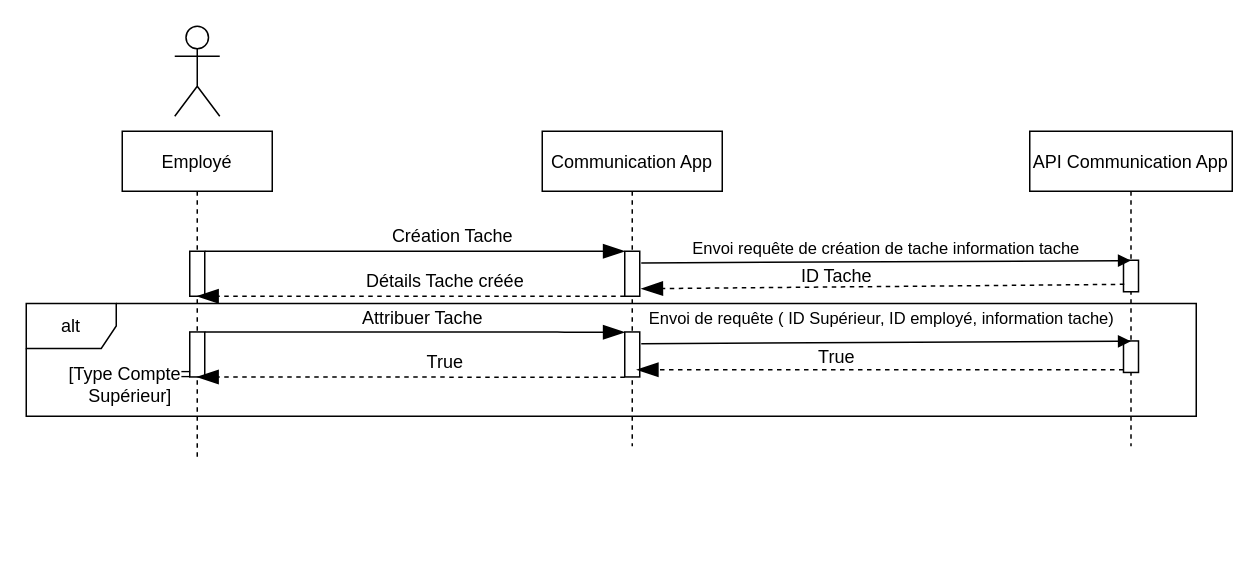
Before: page "Gestion des taches" (3 of 4) of Diagramme sans nom.drawio in LewisYann/App-Asterisk, a draw.io diagram. Source tidied: cells renumbered, new cells numbered last; positions are measured from the earlier drawing's top-left corner, leaving out a move shared by most shapes. Both pictures are drawn from the tidied source at 150%, with x=0, y=0 at pixel (26, 26).
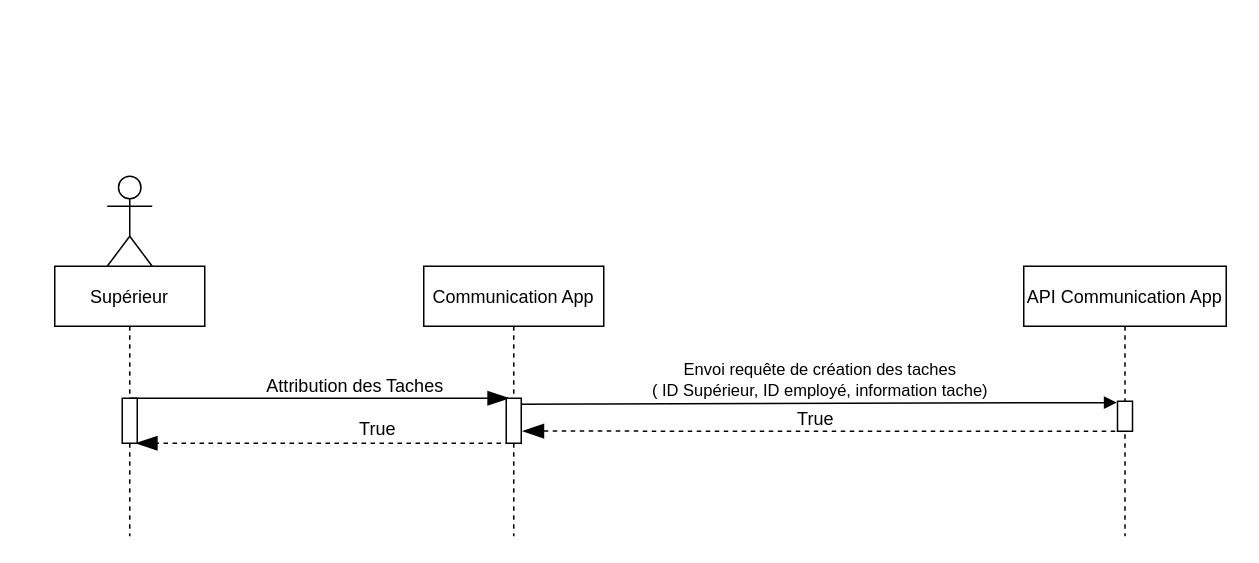
After the change.

Change to the diagram source:
```diff
@@
     <mxCell id="2" value="API Communication App" style="shape=umlLifeline;perimeter=lifelinePerimeter;rounded=0;shadow=0;strokeWidth=1;" parent="1" vertex="1">
-      <mxGeometry x="669" y="70" width="135" height="210" as="geometry" />
+      <mxGeometry x="665" y="160" width="135" height="180" as="geometry" />
     </mxCell>
     <mxCell id="3" value="Communication App" style="shape=umlLifeline;perimeter=lifelinePerimeter;rounded=0;shadow=0;strokeWidth=1;" parent="1" vertex="1">
-      <mxGeometry x="344" y="70" width="120" height="210" as="geometry" />
+      <mxGeometry x="265" y="160" width="120" height="180" as="geometry" />
     </mxCell>
-    <mxCell id="4" value="Employé" style="shape=umlLifeline;perimeter=lifelinePerimeter;rounded=0;shadow=0;strokeWidth=1;" parent="1" vertex="1">
-      <mxGeometry x="64" y="70" width="100" height="220" as="geometry" />
+    <mxCell id="4" value="Supérieur" style="shape=umlLifeline;perimeter=lifelinePerimeter;rounded=0;shadow=0;strokeWidth=1;" parent="1" vertex="1">
+      <mxGeometry x="19" y="160" width="100" height="180" as="geometry" />
     </mxCell>
-    <mxCell id="5" value="alt" style="shape=umlFrame;whiteSpace=wrap;html=1;" parent="1" vertex="1">
-      <mxGeometry y="184.8" width="780" height="75.2" as="geometry" />
-    </mxCell>
-    <mxCell id="6" style="perimeter=orthogonalPerimeter;rounded=0;shadow=0;strokeWidth=1;" parent="1" vertex="1">
-      <mxGeometry x="399" y="150" width="10" height="30" as="geometry" />
-    </mxCell>
-    <mxCell id="7" style="points=[];perimeter=orthogonalPerimeter;rounded=0;shadow=0;strokeWidth=1;" parent="1" vertex="1">
-      <mxGeometry x="109" y="150" width="10" height="30" as="geometry" />
-    </mxCell>
-    <mxCell id="8" style="endArrow=blockThin;endFill=1;endSize=12;html=1;" parent="1" edge="1" source="7">
-      <mxGeometry relative="1" as="geometry">
-        <mxPoint x="399" y="150" as="targetPoint" />
-        <Array as="points">
-          <mxPoint x="194" y="150" />
-          <mxPoint x="234" y="150" />
-          <mxPoint x="264" y="150" />
-          <mxPoint x="344" y="150" />
-        </Array>
-      </mxGeometry>
-    </mxCell>
-    <mxCell id="9" style="endArrow=blockThin;endFill=1;endSize=12;html=1;dashed=1;" parent="1" edge="1">
-      <mxGeometry relative="1" as="geometry">
-        <mxPoint x="399" y="180" as="sourcePoint" />
-        <mxPoint x="113.8" y="180" as="targetPoint" />
-      </mxGeometry>
-    </mxCell>
-    <mxCell id="10" value="Détails Tache créée" style="text;html=1;align=center;verticalAlign=middle;strokeColor=none;" parent="1" vertex="1">
-      <mxGeometry x="219" y="160" width="120" height="20" as="geometry" />
-    </mxCell>
-    <mxCell id="11" value="Création Tache" style="text;html=1;align=center;verticalAlign=middle;strokeColor=none;" parent="1" vertex="1">
-      <mxGeometry x="234" y="130" width="100" height="20" as="geometry" />
-    </mxCell>
-    <mxCell id="12" style="perimeter=orthogonalPerimeter;rounded=0;shadow=0;strokeWidth=1;" parent="1" vertex="1">
-      <mxGeometry x="399" y="203.8" width="10" height="30" as="geometry" />
-    </mxCell>
     <mxCell id="13" style="points=[];perimeter=orthogonalPerimeter;rounded=0;shadow=0;strokeWidth=1;" parent="1" vertex="1">
-      <mxGeometry x="109" y="203.8" width="10" height="30" as="geometry" />
+      <mxGeometry x="64" y="248" width="10" height="30" as="geometry" />
     </mxCell>
-    <mxCell id="14" style="endArrow=blockThin;endFill=1;endSize=12;html=1;" parent="1" edge="1" source="13">
+    <mxCell id="14" style="endArrow=blockThin;endFill=1;endSize=12;html=1;entryX=-0.2;entryY=-0.033;entryDx=0;entryDy=0;entryPerimeter=0;" parent="1" edge="1">
       <mxGeometry relative="1" as="geometry">
-        <mxPoint x="399" y="204" as="targetPoint" />
-        <Array as="points">
-          <mxPoint x="194" y="203.8" />
-          <mxPoint x="234" y="203.8" />
-          <mxPoint x="264" y="203.8" />
-          <mxPoint x="344" y="203.8" />
-          <mxPoint x="364" y="204" />
-        </Array>
+        <mxPoint x="69" y="248" as="sourcePoint" />
+        <mxPoint x="322" y="248" as="targetPoint" />
       </mxGeometry>
     </mxCell>
     <mxCell id="15" style="endArrow=blockThin;endFill=1;endSize=12;html=1;dashed=1;" parent="1" edge="1">
       <mxGeometry relative="1" as="geometry">
-        <mxPoint x="399" y="234" as="sourcePoint" />
-        <mxPoint x="113.8" y="233.8" as="targetPoint" />
+        <mxPoint x="322.5" y="278" as="sourcePoint" />
+        <mxPoint x="73" y="278" as="targetPoint" />
       </mxGeometry>
     </mxCell>
     <mxCell id="16" value="True" style="text;html=1;align=center;verticalAlign=middle;strokeColor=none;" parent="1" vertex="1">
-      <mxGeometry x="259" y="213.8" width="40" height="20" as="geometry" />
+      <mxGeometry x="214" y="259" width="40" height="20" as="geometry" />
     </mxCell>
-    <mxCell id="17" value="Attribuer Tache" style="text;html=1;align=center;verticalAlign=middle;strokeColor=none;" parent="1" vertex="1">
-      <mxGeometry x="214" y="184.8" width="100" height="20" as="geometry" />
+    <mxCell id="17" value="Attribution des Taches" style="text;html=1;align=center;verticalAlign=middle;strokeColor=none;" parent="1" vertex="1">
+      <mxGeometry x="154" y="230" width="130" height="20" as="geometry" />
     </mxCell>
-    <mxCell id="18" value="[Type Compte= &lt;br&gt;Supérieur]" style="text;html=1;align=center;verticalAlign=middle;strokeColor=none;" parent="1" vertex="1">
-      <mxGeometry x="19" y="224" width="100" height="30" as="geometry" />
-    </mxCell>
-    <mxCell id="19" style="points=[];perimeter=orthogonalPerimeter;rounded=0;shadow=0;strokeWidth=1;" parent="1" vertex="1">
-      <mxGeometry x="731.5" y="156" width="10" height="21" as="geometry" />
-    </mxCell>
-    <mxCell id="20" value="Envoi requête de création de tache information tache" style="html=1;verticalAlign=bottom;endArrow=block;strokeColor=#000000;entryX=0.485;entryY=0.011;entryDx=0;entryDy=0;entryPerimeter=0;" parent="1" edge="1" target="19">
-      <mxGeometry relative="1" as="geometry">
-        <mxPoint x="410" y="157.8" as="sourcePoint" />
-      </mxGeometry>
-    </mxCell>
-    <mxCell id="21" style="endArrow=blockThin;endFill=1;endSize=12;html=1;dashed=1;exitX=0.05;exitY=0.764;exitDx=0;exitDy=0;exitPerimeter=0;" parent="1" edge="1" source="19">
-      <mxGeometry relative="1" as="geometry">
-        <mxPoint x="410" y="175" as="targetPoint" />
-      </mxGeometry>
-    </mxCell>
-    <mxCell id="22" value="ID Tache" style="text;html=1;align=center;verticalAlign=middle;strokeColor=none;" parent="1" vertex="1">
-      <mxGeometry x="510" y="157" width="60" height="20" as="geometry" />
-    </mxCell>
     <mxCell id="23" style="points=[];perimeter=orthogonalPerimeter;rounded=0;shadow=0;strokeWidth=1;" parent="1" vertex="1">
-      <mxGeometry x="731.5" y="209.8" width="10" height="21" as="geometry" />
+      <mxGeometry x="727.5" y="250" width="10" height="20" as="geometry" />
     </mxCell>
-    <mxCell id="24" style="html=1;verticalAlign=bottom;endArrow=block;strokeColor=#000000;entryX=0.485;entryY=0.011;entryDx=0;entryDy=0;entryPerimeter=0;" parent="1" edge="1" target="23">
+    <mxCell id="24" style="html=1;verticalAlign=bottom;endArrow=block;strokeColor=#000000;entryX=0.489;entryY=0.414;entryDx=0;entryDy=0;entryPerimeter=0;" parent="1" edge="1">
       <mxGeometry relative="1" as="geometry">
-        <mxPoint x="410" y="211.6" as="sourcePoint" />
+        <mxPoint x="324.5" y="252" as="sourcePoint" />
+        <mxPoint x="727" y="250.9" as="targetPoint" />
       </mxGeometry>
     </mxCell>
-    <mxCell id="25" value="Envoi de requête ( ID Supérieur, ID employé, information tache)" style="edgeLabel;html=1;align=center;verticalAlign=middle;" parent="24" vertex="1">
+    <mxCell id="25" value="Envoi requête de création des taches &lt;br&gt;( ID Supérieur, ID employé, information tache)" style="edgeLabel;html=1;align=center;verticalAlign=middle;" parent="24" vertex="1">
       <mxGeometry x="0.16" y="2" relative="1" as="geometry">
         <mxPoint x="-29" y="-14" as="offset" />
       </mxGeometry>
     </mxCell>
-    <mxCell id="26" style="endArrow=blockThin;endFill=1;endSize=12;html=1;dashed=1;" parent="1" edge="1" source="23">
+    <mxCell id="26" style="endArrow=blockThin;endFill=1;endSize=12;html=1;dashed=1;entryX=1.271;entryY=0.729;entryDx=0;entryDy=0;entryPerimeter=0;" parent="1" edge="1">
       <mxGeometry relative="1" as="geometry">
-        <mxPoint x="407" y="229" as="targetPoint" />
+        <mxPoint x="726" y="270" as="sourcePoint" />
+        <mxPoint x="330.7" y="269.9" as="targetPoint" />
       </mxGeometry>
     </mxCell>
     <mxCell id="27" value="True" style="text;html=1;align=center;verticalAlign=middle;strokeColor=none;" parent="1" vertex="1">
-      <mxGeometry x="520" y="210.8" width="40" height="20" as="geometry" />
+      <mxGeometry x="506" y="252" width="40" height="20" as="geometry" />
     </mxCell>
     <mxCell id="28" style="shape=umlActor;verticalLabelPosition=bottom;verticalAlign=top;html=1;" parent="1" vertex="1">
-      <mxGeometry x="99" width="30" height="60" as="geometry" />
+      <mxGeometry x="54" y="100" width="30" height="60" as="geometry" />
     </mxCell>
+    <mxCell id="29" style="perimeter=orthogonalPerimeter;rounded=0;shadow=0;strokeWidth=1;" parent="1" vertex="1">
+      <mxGeometry x="320" y="248" width="10" height="30" as="geometry" />
+    </mxCell>
```
